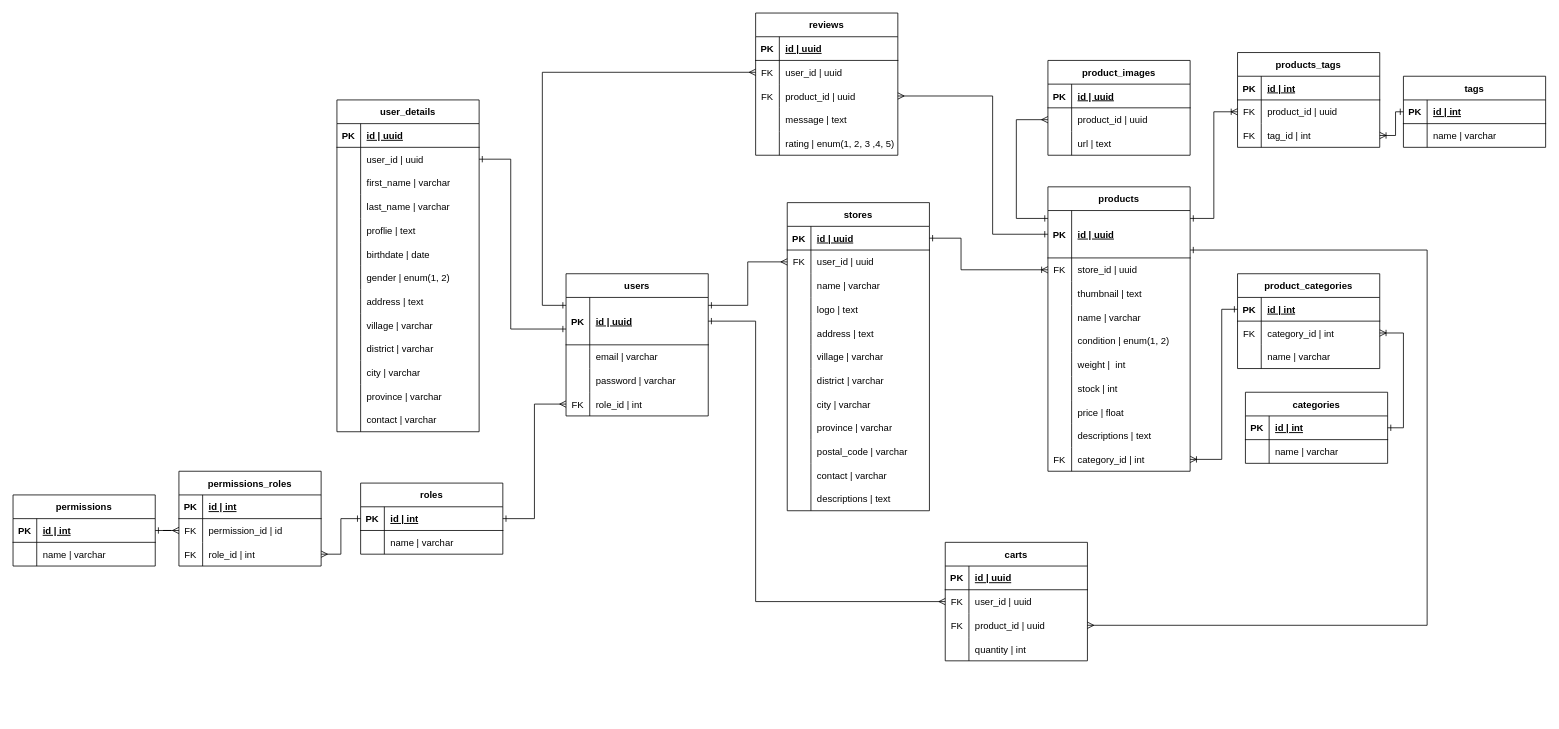
The draw.io diagram E-Commerce ERD.drawio in farrelahmady/e-commerce, before the edit. Source tidied: cells renumbered, new cells numbered last; positions are measured from the earlier drawing's top-left corner, leaving out a move shared by most shapes. Both pictures are drawn from the tidied source at 79%, with x=0, y=0 at pixel (13, 13).
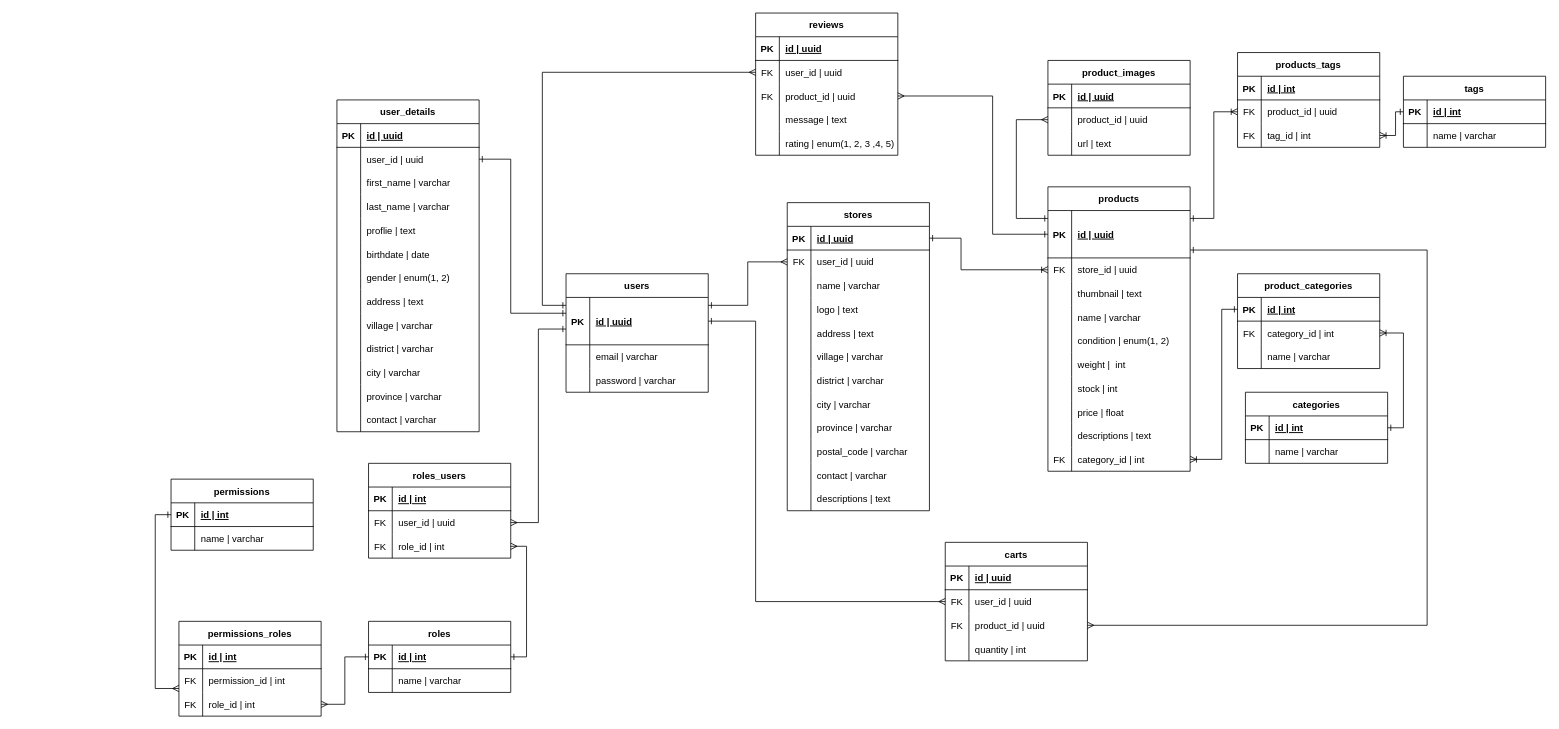
After the change.

Commit message:
role users erd

The change refers to these unchanged cells:
```xml
<mxCell id="3" style="shape=tableRow;horizontal=0;startSize=0;swimlaneHead=0;swimlaneBody=0;fillColor=none;points=[[0,0.5],[1,0.5]];portConstraint=eastwest;top=0;left=0;right=0;bottom=1;" parent="2" vertex="1">
  <mxGeometry y="30" width="180" height="60" as="geometry" />
</mxCell>
<mxCell id="137" style="shape=tableRow;horizontal=0;startSize=0;swimlaneHead=0;swimlaneBody=0;fillColor=none;points=[[0,0.5],[1,0.5]];portConstraint=eastwest;top=0;left=0;right=0;bottom=0;" parent="133" vertex="1">
  <mxGeometry y="60" width="180" height="30" as="geometry" />
</mxCell>
<mxCell id="176" style="shape=tableRow;horizontal=0;startSize=0;swimlaneHead=0;swimlaneBody=0;fillColor=none;points=[[0,0.5],[1,0.5]];portConstraint=eastwest;top=0;left=0;right=0;bottom=1;" parent="175" vertex="1">
  <mxGeometry y="30" width="180" height="30" as="geometry" />
</mxCell>
<mxCell id="183" style="shape=tableRow;horizontal=0;startSize=0;swimlaneHead=0;swimlaneBody=0;fillColor=none;points=[[0,0.5],[1,0.5]];portConstraint=eastwest;top=0;left=0;right=0;bottom=1;" parent="182" vertex="1">
  <mxGeometry y="30" width="180" height="30" as="geometry" />
</mxCell>
<mxCell id="193" style="shape=tableRow;horizontal=0;startSize=0;swimlaneHead=0;swimlaneBody=0;fillColor=none;points=[[0,0.5],[1,0.5]];portConstraint=eastwest;top=0;left=0;right=0;bottom=0;" parent="189" vertex="1">
  <mxGeometry y="60" width="180" height="30" as="geometry" />
</mxCell>
```

The edit, as a diff of the source:
```diff
@@
     <mxCell id="2" value="users" style="shape=table;startSize=30;childLayout=tableLayout;rowLines=0;fontStyle=1;align=center;" parent="1" vertex="1">
-      <mxGeometry x="700" y="330" width="180" height="180" as="geometry" />
+      <mxGeometry x="700" y="330" width="180" height="150" as="geometry" />
     </mxCell>
@@
-    <mxCell id="12" style="shape=tableRow;horizontal=0;startSize=0;swimlaneHead=0;swimlaneBody=0;fillColor=none;points=[[0,0.5],[1,0.5]];portConstraint=eastwest;top=0;left=0;right=0;bottom=0;" parent="2" vertex="1">
-      <mxGeometry y="150" width="180" height="30" as="geometry" />
-    </mxCell>
-    <mxCell id="13" value="FK" style="shape=partialRectangle;fillColor=none;top=0;left=0;bottom=0;right=0;overflow=hidden;" parent="12" vertex="1">
-      <mxGeometry width="30" height="30" as="geometry" />
-    </mxCell>
-    <mxCell id="14" value="role_id | int" style="shape=partialRectangle;fillColor=none;top=0;left=0;bottom=0;right=0;align=left;spacingLeft=6;overflow=hidden;" parent="12" vertex="1">
-      <mxGeometry x="30" width="150" height="30" as="geometry" />
-    </mxCell>
@@
     <mxCell id="174" style="edgeStyle=orthogonalEdgeStyle;rounded=0;jettySize=auto;html=1;startArrow=ERone;startFill=0;endArrow=ERone;endFill=0;" parent="1" edge="1" source="137" target="3">
       <mxGeometry relative="1" as="geometry">
         <Array as="points">
           <mxPoint x="630" y="185" />
-          <mxPoint x="630" y="400" />
+          <mxPoint x="630" y="380" />
         </Array>
       </mxGeometry>
     </mxCell>
     <mxCell id="175" value="roles" style="shape=table;startSize=30;childLayout=tableLayout;rowLines=0;fontStyle=1;align=center;" parent="1" vertex="1">
-      <mxGeometry x="440" y="595" width="180" height="90" as="geometry" />
+      <mxGeometry x="450" y="770" width="180" height="90" as="geometry" />
     </mxCell>
@@
     <mxCell id="182" value="permissions" style="shape=table;startSize=30;childLayout=tableLayout;rowLines=0;fontStyle=1;align=center;" parent="1" vertex="1">
-      <mxGeometry y="610" width="180" height="90" as="geometry" />
+      <mxGeometry x="200" y="590" width="180" height="90" as="geometry" />
     </mxCell>
@@
     <mxCell id="189" value="permissions_roles" style="shape=table;startSize=30;childLayout=tableLayout;rowLines=0;fontStyle=1;align=center;" parent="1" vertex="1">
-      <mxGeometry x="210" y="580" width="180" height="120" as="geometry" />
+      <mxGeometry x="210" y="770" width="180" height="120" as="geometry" />
     </mxCell>
@@
-    <mxCell id="195" value="permission_id | id" style="shape=partialRectangle;fillColor=none;top=0;left=0;bottom=0;right=0;align=left;spacingLeft=6;overflow=hidden;" parent="193" vertex="1">
+    <mxCell id="195" value="permission_id | int" style="shape=partialRectangle;fillColor=none;top=0;left=0;bottom=0;right=0;align=left;spacingLeft=6;overflow=hidden;" parent="193" vertex="1">
       <mxGeometry x="30" width="150" height="30" as="geometry" />
     </mxCell>
@@
     <mxCell id="200" style="edgeStyle=orthogonalEdgeStyle;rounded=0;jettySize=auto;html=1;startArrow=ERmany;startFill=0;endArrow=ERone;endFill=0;" parent="1" edge="1" source="193" target="183">
-      <mxGeometry relative="1" as="geometry" />
+      <mxGeometry relative="1" as="geometry">
+        <Array as="points">
+          <mxPoint x="180" y="855" />
+          <mxPoint x="180" y="635" />
+        </Array>
+      </mxGeometry>
     </mxCell>
-    <mxCell id="201" style="edgeStyle=orthogonalEdgeStyle;rounded=0;jettySize=auto;html=1;startArrow=ERmany;startFill=0;endArrow=ERone;endFill=0;" parent="1" edge="1" source="12" target="176">
-      <mxGeometry relative="1" as="geometry" />
+    <mxCell id="201" style="edgeStyle=orthogonalEdgeStyle;rounded=0;jettySize=auto;html=1;startArrow=ERmany;startFill=0;endArrow=ERone;endFill=0;" parent="1" edge="1" source="242" target="176">
+      <mxGeometry relative="1" as="geometry">
+        <Array as="points">
+          <mxPoint x="650" y="675" />
+          <mxPoint x="650" y="815" />
+        </Array>
+      </mxGeometry>
     </mxCell>
@@
+    <mxCell id="235" value="roles_users" style="shape=table;startSize=30;childLayout=tableLayout;rowLines=0;fontStyle=1;align=center;" parent="1" vertex="1">
+      <mxGeometry x="450" y="570" width="180" height="120" as="geometry" />
+    </mxCell>
+    <mxCell id="236" style="shape=tableRow;horizontal=0;startSize=0;swimlaneHead=0;swimlaneBody=0;fillColor=none;top=0;left=0;right=0;bottom=1;" parent="235" vertex="1">
+      <mxGeometry y="30" width="180" height="30" as="geometry" />
+    </mxCell>
+    <mxCell id="237" value="PK" style="shape=partialRectangle;fillColor=none;top=0;left=0;bottom=0;right=0;fontStyle=1;overflow=hidden;" parent="236" vertex="1">
+      <mxGeometry width="30" height="30" as="geometry" />
+    </mxCell>
+    <mxCell id="238" value="id | int" style="shape=partialRectangle;fillColor=none;top=0;left=0;bottom=0;right=0;align=left;spacingLeft=6;fontStyle=5;overflow=hidden;" parent="236" vertex="1">
+      <mxGeometry x="30" width="150" height="30" as="geometry" />
+    </mxCell>
+    <mxCell id="239" style="shape=tableRow;horizontal=0;startSize=0;swimlaneHead=0;swimlaneBody=0;fillColor=none;points=[[0,0.5],[1,0.5]];portConstraint=eastwest;top=0;left=0;right=0;bottom=0;" parent="235" vertex="1">
+      <mxGeometry y="60" width="180" height="30" as="geometry" />
+    </mxCell>
+    <mxCell id="240" value="FK" style="shape=partialRectangle;fillColor=none;top=0;left=0;bottom=0;right=0;overflow=hidden;" parent="239" vertex="1">
+      <mxGeometry width="30" height="30" as="geometry" />
+    </mxCell>
+    <mxCell id="241" value="user_id | uuid" style="shape=partialRectangle;fillColor=none;top=0;left=0;bottom=0;right=0;align=left;spacingLeft=6;overflow=hidden;" parent="239" vertex="1">
+      <mxGeometry x="30" width="150" height="30" as="geometry" />
+    </mxCell>
+    <mxCell id="242" style="shape=tableRow;horizontal=0;startSize=0;swimlaneHead=0;swimlaneBody=0;fillColor=none;points=[[0,0.5],[1,0.5]];portConstraint=eastwest;top=0;left=0;right=0;bottom=0;" parent="235" vertex="1">
+      <mxGeometry y="90" width="180" height="30" as="geometry" />
+    </mxCell>
+    <mxCell id="243" value="FK" style="shape=partialRectangle;fillColor=none;top=0;left=0;bottom=0;right=0;overflow=hidden;" parent="242" vertex="1">
+      <mxGeometry width="30" height="30" as="geometry" />
+    </mxCell>
+    <mxCell id="14" value="role_id | int" style="shape=partialRectangle;fillColor=none;top=0;left=0;bottom=0;right=0;align=left;spacingLeft=6;overflow=hidden;" parent="242" vertex="1">
+      <mxGeometry x="30" width="150" height="30" as="geometry" />
+    </mxCell>
+    <mxCell id="244" style="edgeStyle=orthogonalEdgeStyle;rounded=0;jettySize=auto;html=1;startArrow=ERmany;startFill=0;endArrow=ERone;endFill=0;" parent="1" edge="1" source="239" target="3">
+      <mxGeometry relative="1" as="geometry">
+        <Array as="points">
+          <mxPoint x="665" y="645" />
+          <mxPoint x="665" y="400" />
+        </Array>
+      </mxGeometry>
+    </mxCell>
```
